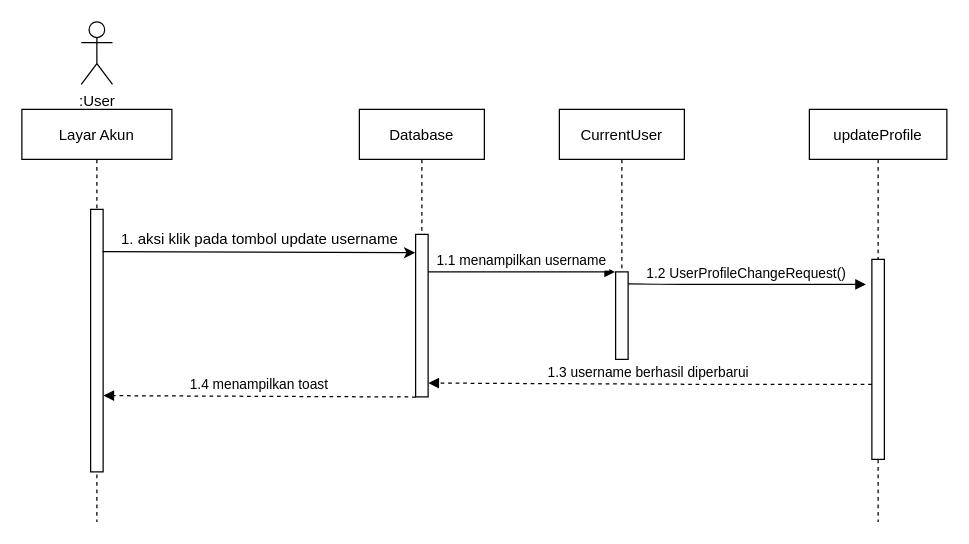
Earlier version of the draw.io diagram flowchart/SeqUpdateUsername.drawio (gunadermawan/skripsi). Source tidied: cells renumbered, new cells numbered last; positions are measured from the earlier drawing's top-left corner, leaving out a move shared by most shapes. Both pictures are drawn from the tidied source at 125%, with x=0, y=0 at pixel (21, 21).
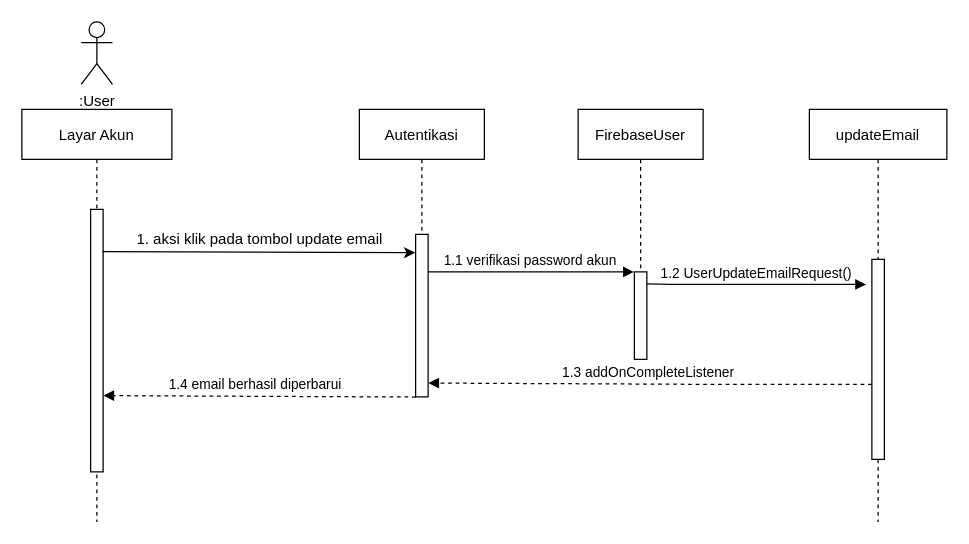
Above is the later version.

Commit message (it also covers changes not shown here):
update bab 4: melengkapi seq diagram

The change refers to these unchanged cells:
```xml
<mxCell id="5" style="points=[];perimeter=orthogonalPerimeter;rounded=0;shadow=0;strokeWidth=1;" parent="4" vertex="1">
  <mxGeometry x="45" y="100" width="10" height="130" as="geometry" />
</mxCell>
<mxCell id="11" style="points=[];perimeter=orthogonalPerimeter;rounded=0;shadow=0;strokeWidth=1;" parent="10" vertex="1">
  <mxGeometry x="45" y="130" width="10" height="70" as="geometry" />
</mxCell>
```

Change to the diagram source:
```diff
@@
-    <mxCell id="4" value="Database" style="shape=umlLifeline;perimeter=lifelinePerimeter;rounded=0;shadow=0;strokeWidth=1;" parent="1" vertex="1">
+    <mxCell id="4" value="Autentikasi" style="shape=umlLifeline;perimeter=lifelinePerimeter;rounded=0;shadow=0;strokeWidth=1;" parent="1" vertex="1">
       <mxGeometry x="270" y="70" width="100" height="230" as="geometry" />
     </mxCell>
@@
-    <mxCell id="6" value="1.1 menampilkan username" style="verticalAlign=bottom;endArrow=block;entryX=-0.044;entryY=0.001;shadow=0;strokeWidth=1;entryDx=0;entryDy=0;entryPerimeter=0;" parent="4" edge="1" target="11">
+    <mxCell id="6" value="1.1 verifikasi password akun" style="verticalAlign=bottom;endArrow=block;entryX=-0.044;entryY=0.001;shadow=0;strokeWidth=1;entryDx=0;entryDy=0;entryPerimeter=0;" parent="4" edge="1" target="11">
       <mxGeometry relative="1" as="geometry">
         <mxPoint x="55" y="130" as="sourcePoint" />
         <Array as="points">
           <mxPoint x="130" y="130" />
         </Array>
       </mxGeometry>
     </mxCell>
@@
-    <mxCell id="9" value="&lt;span style=&quot;font-weight: normal&quot;&gt;&lt;font style=&quot;font-size: 12px&quot;&gt;1. aksi klik pada tombol update username&lt;/font&gt;&lt;/span&gt;" style="text;strokeColor=none;fillColor=none;html=1;fontSize=24;fontStyle=1;verticalAlign=middle;align=center;" parent="1" vertex="1">
+    <mxCell id="9" value="&lt;span style=&quot;font-weight: normal&quot;&gt;&lt;font style=&quot;font-size: 12px&quot;&gt;1. aksi klik pada tombol update email&lt;/font&gt;&lt;/span&gt;" style="text;strokeColor=none;fillColor=none;html=1;fontSize=24;fontStyle=1;verticalAlign=middle;align=center;" parent="1" vertex="1">
       <mxGeometry x="140" y="150" width="100" height="40" as="geometry" />
     </mxCell>
-    <mxCell id="10" value="CurrentUser" style="shape=umlLifeline;perimeter=lifelinePerimeter;rounded=0;shadow=0;strokeWidth=1;" parent="1" vertex="1">
-      <mxGeometry x="430" y="70" width="100" height="200" as="geometry" />
+    <mxCell id="10" value="FirebaseUser" style="shape=umlLifeline;perimeter=lifelinePerimeter;rounded=0;shadow=0;strokeWidth=1;" parent="1" vertex="1">
+      <mxGeometry x="445" y="70" width="100" height="200" as="geometry" />
     </mxCell>
@@
-    <mxCell id="12" value="updateProfile" style="shape=umlLifeline;perimeter=lifelinePerimeter;rounded=0;shadow=0;strokeWidth=1;" parent="1" vertex="1">
+    <mxCell id="12" value="updateEmail" style="shape=umlLifeline;perimeter=lifelinePerimeter;rounded=0;shadow=0;strokeWidth=1;" parent="1" vertex="1">
       <mxGeometry x="630" y="70" width="110" height="330" as="geometry" />
     </mxCell>
@@
-    <mxCell id="14" value="1.2 UserProfileChangeRequest()" style="verticalAlign=bottom;endArrow=block;shadow=0;strokeWidth=1;entryX=0.028;entryY=0.001;entryDx=0;entryDy=0;entryPerimeter=0;exitX=0.985;exitY=0.138;exitDx=0;exitDy=0;exitPerimeter=0;" parent="1" edge="1" source="11">
+    <mxCell id="14" value="1.2 UserUpdateEmailRequest()" style="verticalAlign=bottom;endArrow=block;shadow=0;strokeWidth=1;entryX=0.028;entryY=0.001;entryDx=0;entryDy=0;entryPerimeter=0;exitX=0.985;exitY=0.138;exitDx=0;exitDy=0;exitPerimeter=0;" parent="1" edge="1" source="11">
       <mxGeometry relative="1" as="geometry">
         <mxPoint x="675.3" y="210.1" as="targetPoint" />
         <Array as="points">
           <mxPoint x="520" y="210" />
         </Array>
       </mxGeometry>
     </mxCell>
-    <mxCell id="15" value="1.3 username berhasil diperbarui " style="verticalAlign=bottom;endArrow=block;shadow=0;strokeWidth=1;dashed=1;entryX=1.015;entryY=0.915;entryDx=0;entryDy=0;entryPerimeter=0;" parent="1" edge="1" target="5">
+    <mxCell id="15" value="1.3 addOnCompleteListener " style="verticalAlign=bottom;endArrow=block;shadow=0;strokeWidth=1;dashed=1;entryX=1.015;entryY=0.915;entryDx=0;entryDy=0;entryPerimeter=0;" parent="1" edge="1" target="5">
       <mxGeometry relative="1" as="geometry">
         <mxPoint x="680" y="290" as="sourcePoint" />
         <Array as="points">
           <mxPoint x="550" y="290" />
         </Array>
       </mxGeometry>
     </mxCell>
-    <mxCell id="16" value="1.4 menampilkan toast" style="verticalAlign=bottom;endArrow=block;shadow=0;strokeWidth=1;dashed=1;entryX=1.015;entryY=0.915;entryDx=0;entryDy=0;entryPerimeter=0;exitX=0.009;exitY=1.001;exitDx=0;exitDy=0;exitPerimeter=0;" parent="1" edge="1" source="5">
+    <mxCell id="16" value="1.4 email berhasil diperbarui  " style="verticalAlign=bottom;endArrow=block;shadow=0;strokeWidth=1;dashed=1;entryX=1.015;entryY=0.915;entryDx=0;entryDy=0;entryPerimeter=0;exitX=0.009;exitY=1.001;exitDx=0;exitDy=0;exitPerimeter=0;" parent="1" edge="1" source="5">
       <mxGeometry relative="1" as="geometry">
         <mxPoint x="65.2" y="299" as="targetPoint" />
         <Array as="points">
           <mxPoint x="290" y="300" />
         </Array>
       </mxGeometry>
     </mxCell>
```
